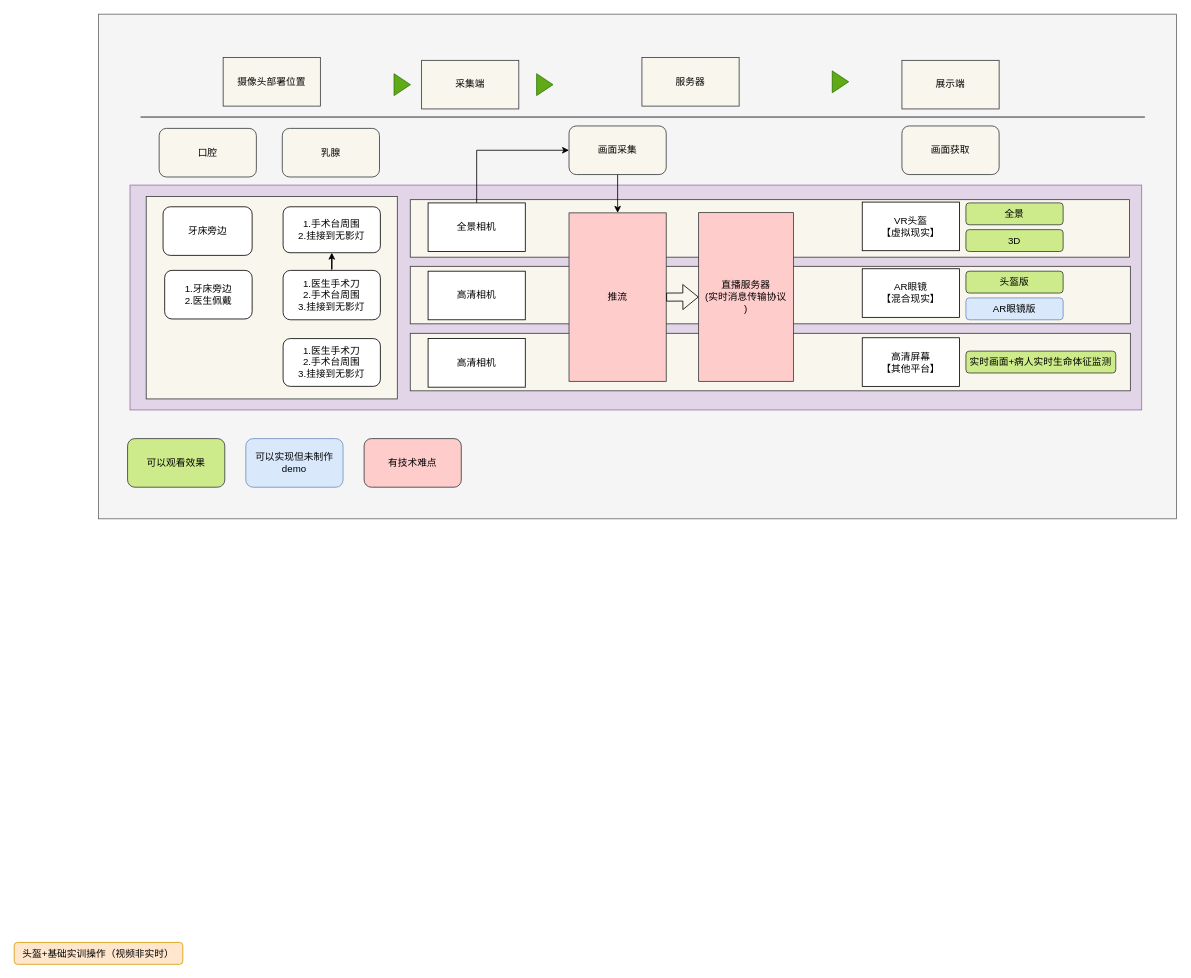
15140252710/OneGithubProject keeps this draw.io diagram as 未命名绘图.drawio. Above is the earlier version. Source tidied: cells renumbered, new cells numbered last; positions are measured from the earlier drawing's top-left corner, leaving out a move shared by most shapes. Both pictures are drawn from the tidied source at 81%, with x=0, y=0 at pixel (14, 14).
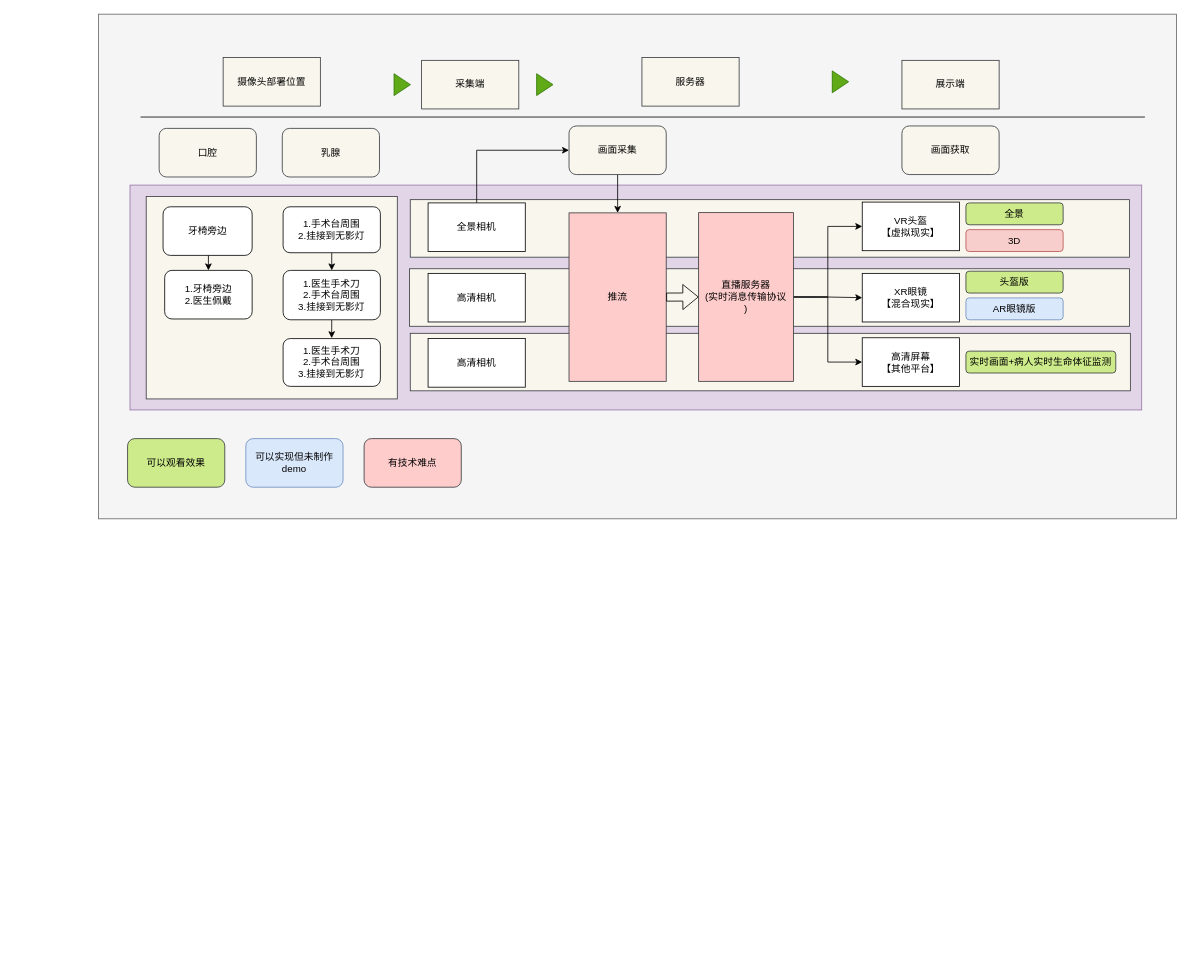
Above is the later version.

Commit message:
更新未命名绘图.drawio

The change refers to these unchanged cells:
```xml
<mxCell id="35" value="VR头盔&lt;br&gt;【虚拟现实】" style="rounded=0;whiteSpace=wrap;html=1;" parent="1" vertex="1">
  <mxGeometry x="1047" y="232" width="120" height="60" as="geometry" />
</mxCell>
<mxCell id="36" style="group;fillColor=#f9f7ed;strokeColor=#36393d;shadow=0;rounded=0;glass=0;" parent="1" vertex="1">
  <mxGeometry x="163" y="225" width="310" height="250" as="geometry" />
</mxCell>
<mxCell id="39" value="1.手术台周围&lt;br&gt;2.挂接到无影灯" style="rounded=1;whiteSpace=wrap;html=1;imageAspect=1;shadow=0;glass=0;" parent="36" vertex="1">
  <mxGeometry x="169" y="12.8" width="120.1" height="56.7" as="geometry" />
</mxCell>
<mxCell id="41" value="1.医生手术刀&lt;br&gt;2.手术台周围&lt;br&gt;3.挂接到无影灯" style="rounded=1;whiteSpace=wrap;html=1;shadow=0;" parent="36" vertex="1">
  <mxGeometry x="169" y="91.3" width="120.1" height="61" as="geometry" />
</mxCell>
<mxCell id="43" value="直播服务器&lt;br&gt;(实时消息传输协议&lt;br&gt;)" style="rounded=0;whiteSpace=wrap;html=1;fillColor=#ffcccc;strokeColor=#36393d;align=center;" parent="1" vertex="1">
  <mxGeometry x="845" y="245" width="117" height="208.3" as="geometry" />
</mxCell>
<mxCell id="44" value="高清屏幕&lt;br&gt;【其他平台】" style="rounded=0;whiteSpace=wrap;html=1;" parent="1" vertex="1">
  <mxGeometry x="1047" y="399.5" width="120" height="60" as="geometry" />
</mxCell>
```

Diff of the diagram source:
```diff
@@
     <mxCell id="9" style="rounded=0;whiteSpace=wrap;html=1;shadow=0;fillColor=#f9f7ed;strokeColor=#36393d;" parent="1" vertex="1">
-      <mxGeometry x="489" y="311.3" width="889" height="71" as="geometry" />
+      <mxGeometry x="488" y="314.3" width="889" height="71" as="geometry" />
     </mxCell>
@@
     <mxCell id="20" value="高清相机" style="rounded=0;whiteSpace=wrap;html=1;" parent="1" vertex="1">
-      <mxGeometry x="511" y="317.3" width="120" height="60" as="geometry" />
+      <mxGeometry x="511" y="320" width="120" height="60" as="geometry" />
     </mxCell>
@@
-    <mxCell id="25" value="3D" style="rounded=1;whiteSpace=wrap;html=1;fillColor=#cdeb8b;strokeColor=#36393d;" parent="1" vertex="1">
+    <mxCell id="25" value="3D" style="rounded=1;whiteSpace=wrap;html=1;fillColor=#f8cecc;strokeColor=#b85450;" parent="1" vertex="1">
       <mxGeometry x="1175" y="266" width="120" height="27" as="geometry" />
     </mxCell>
@@
-    <mxCell id="33" value="头盔+基础实训操作（视频非实时）" style="rounded=1;whiteSpace=wrap;html=1;fillColor=#ffe6cc;strokeColor=#d79b00;" parent="1" vertex="1">
-      <mxGeometry y="1146" width="208.2" height="27" as="geometry" />
-    </mxCell>
-    <mxCell id="34" value="AR眼镜&lt;br&gt;【混合现实】" style="rounded=0;whiteSpace=wrap;html=1;" parent="1" vertex="1">
-      <mxGeometry x="1047" y="314.3" width="120" height="60" as="geometry" />
+    <mxCell id="34" value="XR眼镜&lt;br&gt;【混合现实】" style="rounded=0;whiteSpace=wrap;html=1;" parent="1" vertex="1">
+      <mxGeometry x="1047" y="320" width="120" height="60" as="geometry" />
     </mxCell>
@@
+    <mxCell id="46" style="edgeStyle=orthogonalEdgeStyle;rounded=0;jettySize=auto;html=1;exitX=0.5;exitY=1;exitDx=0;exitDy=0;entryX=0.5;entryY=0;entryDx=0;entryDy=0;" parent="36" edge="1" source="37" target="38">
+      <mxGeometry relative="1" as="geometry" />
+    </mxCell>
-    <mxCell id="37" value="牙床旁边" style="rounded=1;whiteSpace=wrap;html=1;shadow=0;" parent="36" vertex="1">
+    <mxCell id="37" value="牙椅旁边" style="rounded=1;whiteSpace=wrap;html=1;shadow=0;" parent="36" vertex="1">
       <mxGeometry x="20.8" y="12.8" width="110" height="60" as="geometry" />
     </mxCell>
-    <mxCell id="38" value="1.牙床旁边&lt;br&gt;2.医生佩戴" style="rounded=1;whiteSpace=wrap;html=1;shadow=0;" parent="36" vertex="1">
+    <mxCell id="38" value="1.牙椅旁边&lt;br&gt;2.医生佩戴" style="rounded=1;whiteSpace=wrap;html=1;shadow=0;" parent="36" vertex="1">
       <mxGeometry x="22.8" y="91.3" width="108" height="60" as="geometry" />
     </mxCell>
+    <mxCell id="47" style="edgeStyle=orthogonalEdgeStyle;rounded=0;jettySize=auto;html=1;exitX=0.5;exitY=1;exitDx=0;exitDy=0;entryX=0.5;entryY=0;entryDx=0;entryDy=0;" parent="36" edge="1" source="39" target="41">
+      <mxGeometry relative="1" as="geometry" />
+    </mxCell>
@@
-    <mxCell id="40" style="edgeStyle=orthogonalEdgeStyle;rounded=0;jettySize=auto;html=1;" parent="36" edge="1" source="41" target="39">
-      <mxGeometry relative="1" as="geometry" />
-    </mxCell>
+    <mxCell id="48" style="edgeStyle=orthogonalEdgeStyle;rounded=0;jettySize=auto;html=1;exitX=0.5;exitY=1;exitDx=0;exitDy=0;" parent="36" edge="1" source="41">
+      <mxGeometry relative="1" as="geometry">
+        <mxPoint x="229" y="175" as="targetPoint" />
+      </mxGeometry>
+    </mxCell>
@@
+    <mxCell id="49" style="edgeStyle=orthogonalEdgeStyle;rounded=0;jettySize=auto;html=1;exitX=1;exitY=0.5;exitDx=0;exitDy=0;" parent="1" edge="1" source="43" target="35">
+      <mxGeometry relative="1" as="geometry" />
+    </mxCell>
+    <mxCell id="50" style="edgeStyle=orthogonalEdgeStyle;rounded=0;jettySize=auto;html=1;exitX=1;exitY=0.5;exitDx=0;exitDy=0;entryX=0;entryY=0.5;entryDx=0;entryDy=0;" parent="1" edge="1" source="43" target="34">
+      <mxGeometry relative="1" as="geometry" />
+    </mxCell>
+    <mxCell id="51" style="edgeStyle=orthogonalEdgeStyle;rounded=0;jettySize=auto;html=1;exitX=1;exitY=0.5;exitDx=0;exitDy=0;entryX=0;entryY=0.5;entryDx=0;entryDy=0;" parent="1" edge="1" source="43" target="44">
+      <mxGeometry relative="1" as="geometry" />
+    </mxCell>
```
